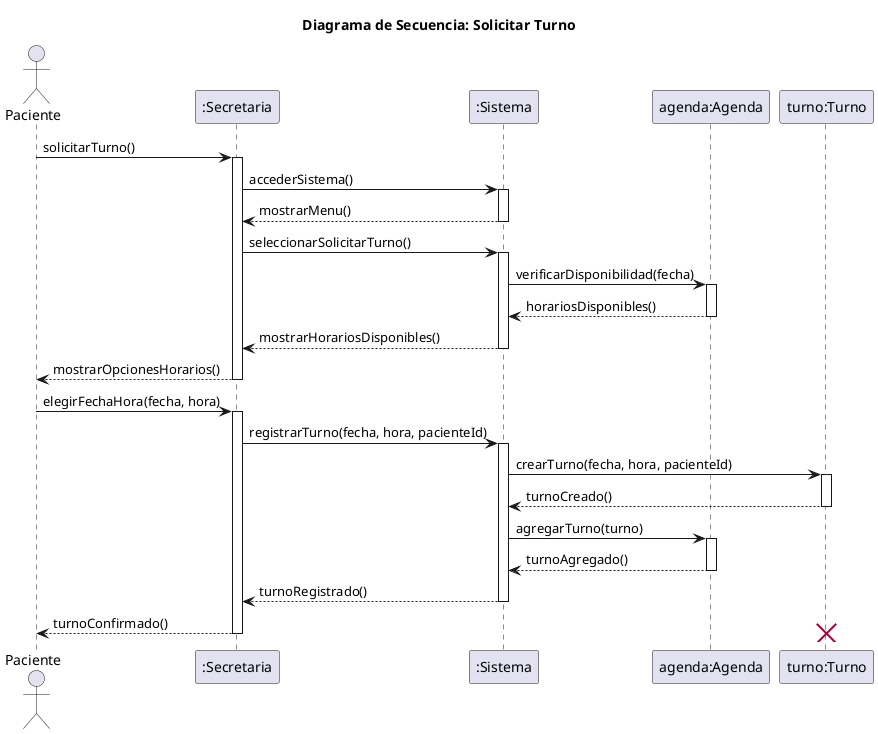
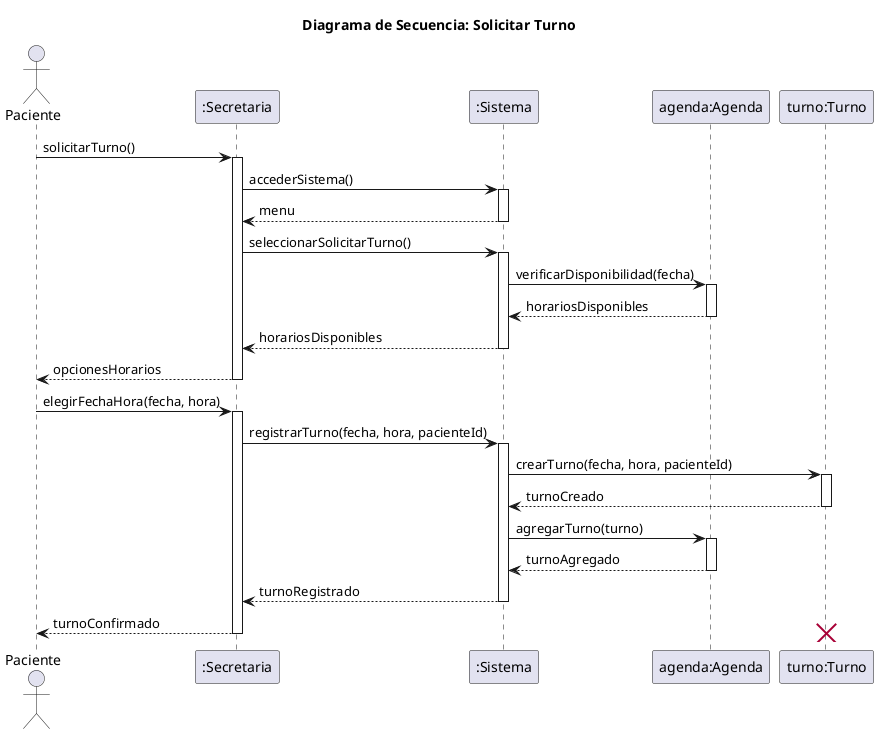
- @startuml solicitarTurno
+ @startuml
title Diagrama de Secuencia: Solicitar Turno

actor Paciente
participant ":Secretaria" as secretaria
participant ":Sistema" as sistema
participant "agenda:Agenda" as agenda
participant "turno:Turno" as turno

Paciente -> secretaria: solicitarTurno()
activate secretaria
secretaria -> sistema: accederSistema()
activate sistema
- sistema --> secretaria: mostrarMenu()
+ sistema --> secretaria: menu
deactivate sistema
secretaria -> sistema: seleccionarSolicitarTurno()
activate sistema
sistema -> agenda: verificarDisponibilidad(fecha)
activate agenda
- agenda --> sistema: horariosDisponibles()
+ agenda --> sistema: horariosDisponibles
deactivate agenda
- sistema --> secretaria: mostrarHorariosDisponibles()
+ sistema --> secretaria: horariosDisponibles
deactivate sistema
- secretaria --> Paciente: mostrarOpcionesHorarios()
+ secretaria --> Paciente: opcionesHorarios
deactivate secretaria

Paciente -> secretaria: elegirFechaHora(fecha, hora)
activate secretaria
secretaria -> sistema: registrarTurno(fecha, hora, pacienteId)
activate sistema
sistema -> turno: crearTurno(fecha, hora, pacienteId)
activate turno
- turno --> sistema: turnoCreado()
+ turno --> sistema: turnoCreado
deactivate turno
sistema -> agenda: agregarTurno(turno)
activate agenda
- agenda --> sistema: turnoAgregado()
+ agenda --> sistema: turnoAgregado
deactivate agenda
- sistema --> secretaria: turnoRegistrado()
+ sistema --> secretaria: turnoRegistrado
deactivate sistema
- secretaria --> Paciente: turnoConfirmado()
+ secretaria --> Paciente: turnoConfirmado
deactivate secretaria

destroy turno
@enduml